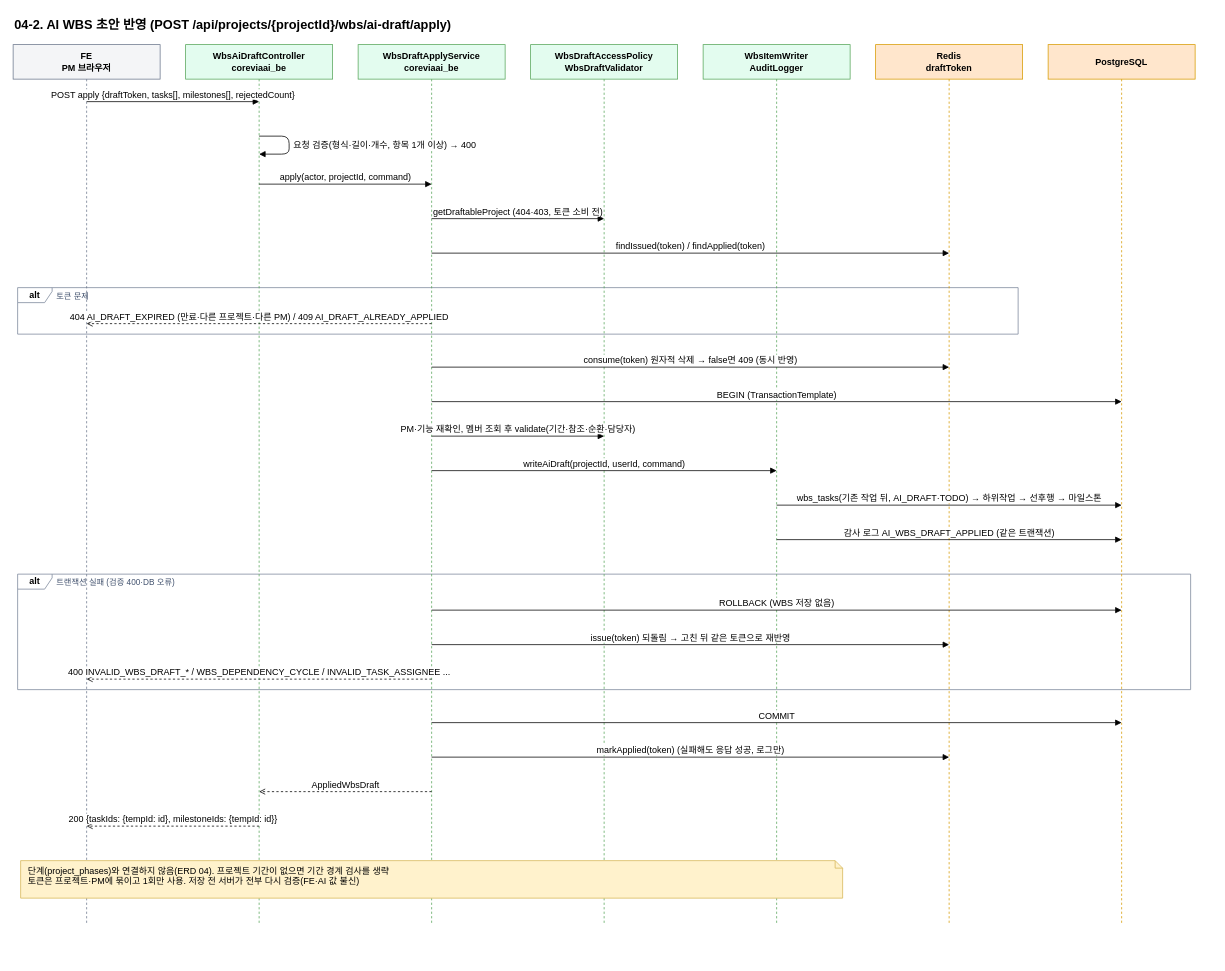
Above: docs/sequence/04-2-wbs-ai-draft-apply.drawio in WonikQnCKDT/CoreviaAI_BE (draw.io), before the change. Source tidied: cells renumbered, new cells numbered last; positions are measured from the earlier drawing's top-left corner, leaving out a move shared by most shapes. Both pictures are drawn from the tidied source at 75%, with x=0, y=0 at pixel (13, 13).
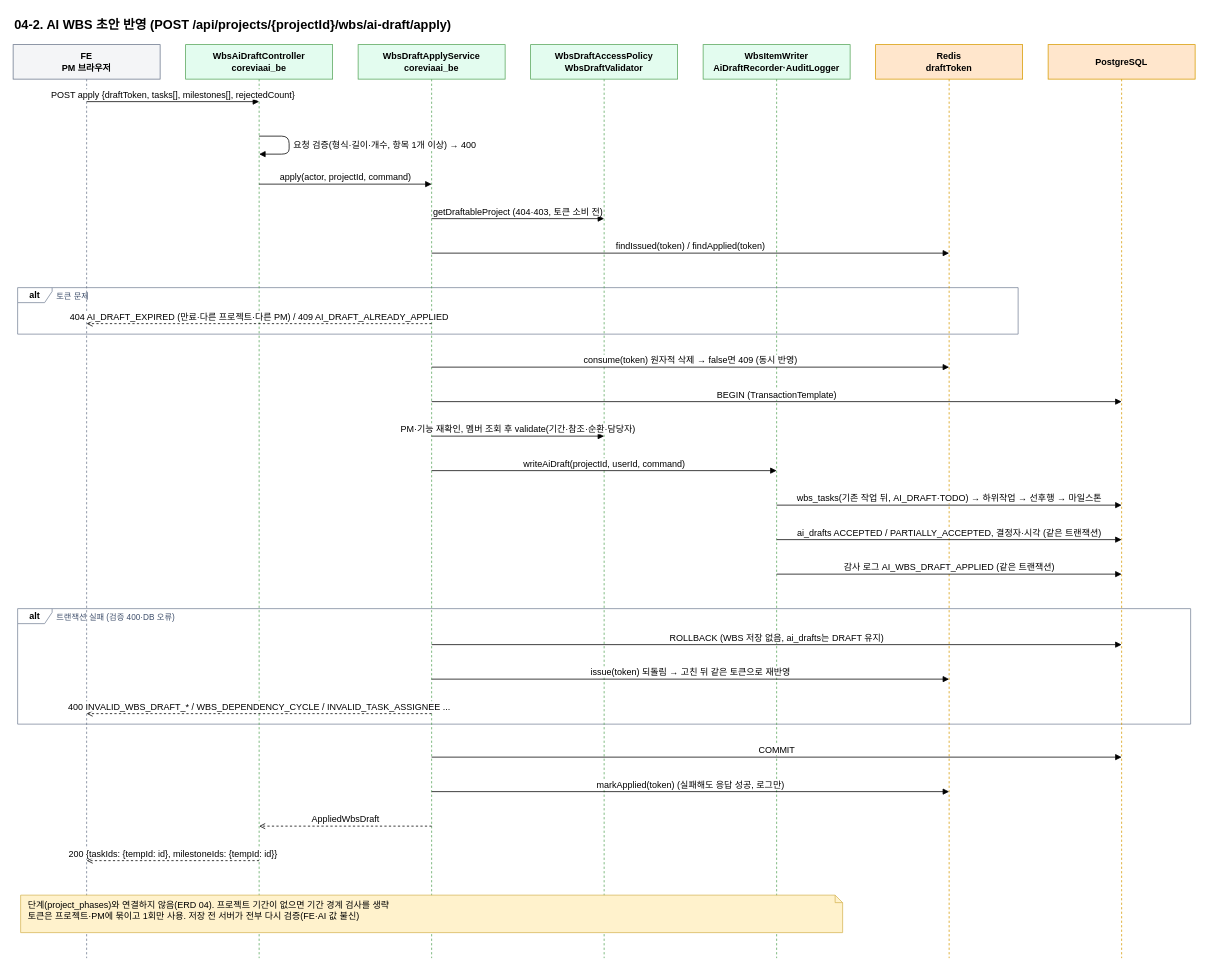
After the change.

Diff of the diagram source:
```diff
@@
     <mxCell id="5" value="alt" style="shape=umlFrame;whiteSpace=wrap;html=1;width=46;height=20;fillColor=none;strokeColor=#7A869A;fontStyle=1;" parent="1" vertex="1">
-      <mxGeometry x="6" y="748" width="1564" height="154" as="geometry" />
+      <mxGeometry x="6" y="794" width="1564" height="154" as="geometry" />
     </mxCell>
     <mxCell id="6" value="트랜잭션 실패 (검증 400·DB 오류)" style="text;html=1;align=left;verticalAlign=middle;fontColor=#42526E;fontSize=11;" parent="1" vertex="1">
-      <mxGeometry x="56" y="749" width="1510" height="20" as="geometry" />
+      <mxGeometry x="56" y="795" width="1510" height="20" as="geometry" />
     </mxCell>
     <mxCell id="7" value="FE&lt;br&gt;PM 브라우저" style="shape=umlLifeline;perimeter=lifelinePerimeter;whiteSpace=wrap;html=1;size=46;fillColor=#F4F5F7;strokeColor=#6B778C;fontStyle=1;" parent="1" vertex="1">
-      <mxGeometry y="42" width="196" height="1172" as="geometry" />
+      <mxGeometry y="42" width="196" height="1218" as="geometry" />
     </mxCell>
     <mxCell id="8" value="WbsAiDraftController&lt;br&gt;coreviaai_be" style="shape=umlLifeline;perimeter=lifelinePerimeter;whiteSpace=wrap;html=1;size=46;fillColor=#E3FCEF;strokeColor=#57A55A;fontStyle=1;" parent="1" vertex="1">
-      <mxGeometry x="230" y="42" width="196" height="1172" as="geometry" />
+      <mxGeometry x="230" y="42" width="196" height="1218" as="geometry" />
     </mxCell>
     <mxCell id="9" value="WbsDraftApplyService&lt;br&gt;coreviaai_be" style="shape=umlLifeline;perimeter=lifelinePerimeter;whiteSpace=wrap;html=1;size=46;fillColor=#E3FCEF;strokeColor=#57A55A;fontStyle=1;" parent="1" vertex="1">
-      <mxGeometry x="460" y="42" width="196" height="1172" as="geometry" />
+      <mxGeometry x="460" y="42" width="196" height="1218" as="geometry" />
     </mxCell>
     <mxCell id="10" value="WbsDraftAccessPolicy&lt;br&gt;WbsDraftValidator" style="shape=umlLifeline;perimeter=lifelinePerimeter;whiteSpace=wrap;html=1;size=46;fillColor=#E3FCEF;strokeColor=#57A55A;fontStyle=1;" parent="1" vertex="1">
-      <mxGeometry x="690" y="42" width="196" height="1172" as="geometry" />
+      <mxGeometry x="690" y="42" width="196" height="1218" as="geometry" />
     </mxCell>
-    <mxCell id="11" value="WbsItemWriter&lt;br&gt;AuditLogger" style="shape=umlLifeline;perimeter=lifelinePerimeter;whiteSpace=wrap;html=1;size=46;fillColor=#E3FCEF;strokeColor=#57A55A;fontStyle=1;" parent="1" vertex="1">
-      <mxGeometry x="920" y="42" width="196" height="1172" as="geometry" />
+    <mxCell id="11" value="WbsItemWriter&lt;br&gt;AiDraftRecorder·AuditLogger" style="shape=umlLifeline;perimeter=lifelinePerimeter;whiteSpace=wrap;html=1;size=46;fillColor=#E3FCEF;strokeColor=#57A55A;fontStyle=1;" parent="1" vertex="1">
+      <mxGeometry x="920" y="42" width="196" height="1218" as="geometry" />
     </mxCell>
     <mxCell id="12" value="Redis&lt;br&gt;draftToken" style="shape=umlLifeline;perimeter=lifelinePerimeter;whiteSpace=wrap;html=1;size=46;fillColor=#FFE6CC;strokeColor=#D79B00;fontStyle=1;" parent="1" vertex="1">
-      <mxGeometry x="1150" y="42" width="196" height="1172" as="geometry" />
+      <mxGeometry x="1150" y="42" width="196" height="1218" as="geometry" />
     </mxCell>
     <mxCell id="13" value="PostgreSQL" style="shape=umlLifeline;perimeter=lifelinePerimeter;whiteSpace=wrap;html=1;size=46;fillColor=#FFE6CC;strokeColor=#D79B00;fontStyle=1;" parent="1" vertex="1">
-      <mxGeometry x="1380" y="42" width="196" height="1172" as="geometry" />
+      <mxGeometry x="1380" y="42" width="196" height="1218" as="geometry" />
     </mxCell>
@@
-    <mxCell id="25" value="감사 로그 AI_WBS_DRAFT_APPLIED (같은 트랜잭션)" style="endArrow=block;endFill=1;html=1;verticalAlign=bottom;fontSize=12;" parent="1" edge="1">
+    <mxCell id="25" value="ai_drafts ACCEPTED / PARTIALLY_ACCEPTED, 결정자·시각 (같은 트랜잭션)" style="endArrow=block;endFill=1;html=1;verticalAlign=bottom;fontSize=12;" parent="1" edge="1">
       <mxGeometry relative="1" as="geometry">
         <mxPoint x="1018" y="702" as="sourcePoint" />
         <mxPoint x="1478" y="702" as="targetPoint" />
       </mxGeometry>
     </mxCell>
-    <mxCell id="26" value="ROLLBACK (WBS 저장 없음)" style="endArrow=block;endFill=1;html=1;verticalAlign=bottom;fontSize=12;" parent="1" edge="1">
+    <mxCell id="26" value="감사 로그 AI_WBS_DRAFT_APPLIED (같은 트랜잭션)" style="endArrow=block;endFill=1;html=1;verticalAlign=bottom;fontSize=12;" parent="1" edge="1">
       <mxGeometry relative="1" as="geometry">
-        <mxPoint x="558" y="796" as="sourcePoint" />
-        <mxPoint x="1478" y="796" as="targetPoint" />
+        <mxPoint x="1018" y="748" as="sourcePoint" />
+        <mxPoint x="1478" y="748" as="targetPoint" />
       </mxGeometry>
     </mxCell>
-    <mxCell id="27" value="issue(token) 되돌림 → 고친 뒤 같은 토큰으로 재반영" style="endArrow=block;endFill=1;html=1;verticalAlign=bottom;fontSize=12;" parent="1" edge="1">
+    <mxCell id="27" value="ROLLBACK (WBS 저장 없음, ai_drafts는 DRAFT 유지)" style="endArrow=block;endFill=1;html=1;verticalAlign=bottom;fontSize=12;" parent="1" edge="1">
       <mxGeometry relative="1" as="geometry">
         <mxPoint x="558" y="842" as="sourcePoint" />
-        <mxPoint x="1248" y="842" as="targetPoint" />
+        <mxPoint x="1478" y="842" as="targetPoint" />
       </mxGeometry>
     </mxCell>
-    <mxCell id="28" value="400 INVALID_WBS_DRAFT_* / WBS_DEPENDENCY_CYCLE / INVALID_TASK_ASSIGNEE ..." style="dashed=1;endArrow=open;endFill=0;html=1;verticalAlign=bottom;fontSize=12;" parent="1" edge="1">
+    <mxCell id="28" value="issue(token) 되돌림 → 고친 뒤 같은 토큰으로 재반영" style="endArrow=block;endFill=1;html=1;verticalAlign=bottom;fontSize=12;" parent="1" edge="1">
       <mxGeometry relative="1" as="geometry">
         <mxPoint x="558" y="888" as="sourcePoint" />
-        <mxPoint x="98" y="888" as="targetPoint" />
+        <mxPoint x="1248" y="888" as="targetPoint" />
       </mxGeometry>
     </mxCell>
-    <mxCell id="29" value="COMMIT" style="endArrow=block;endFill=1;html=1;verticalAlign=bottom;fontSize=12;" parent="1" edge="1">
+    <mxCell id="29" value="400 INVALID_WBS_DRAFT_* / WBS_DEPENDENCY_CYCLE / INVALID_TASK_ASSIGNEE ..." style="dashed=1;endArrow=open;endFill=0;html=1;verticalAlign=bottom;fontSize=12;" parent="1" edge="1">
       <mxGeometry relative="1" as="geometry">
-        <mxPoint x="558" y="946" as="sourcePoint" />
-        <mxPoint x="1478" y="946" as="targetPoint" />
+        <mxPoint x="558" y="934" as="sourcePoint" />
+        <mxPoint x="98" y="934" as="targetPoint" />
       </mxGeometry>
     </mxCell>
-    <mxCell id="30" value="markApplied(token) (실패해도 응답 성공, 로그만)" style="endArrow=block;endFill=1;html=1;verticalAlign=bottom;fontSize=12;" parent="1" edge="1">
+    <mxCell id="30" value="COMMIT" style="endArrow=block;endFill=1;html=1;verticalAlign=bottom;fontSize=12;" parent="1" edge="1">
       <mxGeometry relative="1" as="geometry">
         <mxPoint x="558" y="992" as="sourcePoint" />
-        <mxPoint x="1248" y="992" as="targetPoint" />
+        <mxPoint x="1478" y="992" as="targetPoint" />
       </mxGeometry>
     </mxCell>
-    <mxCell id="31" value="AppliedWbsDraft" style="dashed=1;endArrow=open;endFill=0;html=1;verticalAlign=bottom;fontSize=12;" parent="1" edge="1">
+    <mxCell id="31" value="markApplied(token) (실패해도 응답 성공, 로그만)" style="endArrow=block;endFill=1;html=1;verticalAlign=bottom;fontSize=12;" parent="1" edge="1">
       <mxGeometry relative="1" as="geometry">
         <mxPoint x="558" y="1038" as="sourcePoint" />
-        <mxPoint x="328" y="1038" as="targetPoint" />
+        <mxPoint x="1248" y="1038" as="targetPoint" />
       </mxGeometry>
     </mxCell>
-    <mxCell id="32" value="200 {taskIds: {tempId: id}, milestoneIds: {tempId: id}}" style="dashed=1;endArrow=open;endFill=0;html=1;verticalAlign=bottom;fontSize=12;" parent="1" edge="1">
+    <mxCell id="32" value="AppliedWbsDraft" style="dashed=1;endArrow=open;endFill=0;html=1;verticalAlign=bottom;fontSize=12;" parent="1" edge="1">
       <mxGeometry relative="1" as="geometry">
-        <mxPoint x="328" y="1084" as="sourcePoint" />
-        <mxPoint x="98" y="1084" as="targetPoint" />
+        <mxPoint x="558" y="1084" as="sourcePoint" />
+        <mxPoint x="328" y="1084" as="targetPoint" />
       </mxGeometry>
     </mxCell>
-    <mxCell id="33" value="단계(project_phases)와 연결하지 않음(ERD 04). 프로젝트 기간이 없으면 기간 경계 검사를 생략&lt;br&gt;토큰은 프로젝트·PM에 묶이고 1회만 사용. 저장 전 서버가 전부 다시 검증(FE·AI 값 불신)" style="shape=note;size=10;whiteSpace=wrap;html=1;fillColor=#FFF2CC;strokeColor=#D6B656;align=left;spacingLeft=8;verticalAlign=top;fontSize=12;" parent="1" vertex="1">
-      <mxGeometry x="10" y="1130" width="1096" height="50" as="geometry" />
+    <mxCell id="33" value="200 {taskIds: {tempId: id}, milestoneIds: {tempId: id}}" style="dashed=1;endArrow=open;endFill=0;html=1;verticalAlign=bottom;fontSize=12;" parent="1" edge="1">
+      <mxGeometry relative="1" as="geometry">
+        <mxPoint x="328" y="1130" as="sourcePoint" />
+        <mxPoint x="98" y="1130" as="targetPoint" />
+      </mxGeometry>
     </mxCell>
+    <mxCell id="34" value="단계(project_phases)와 연결하지 않음(ERD 04). 프로젝트 기간이 없으면 기간 경계 검사를 생략&lt;br&gt;토큰은 프로젝트·PM에 묶이고 1회만 사용. 저장 전 서버가 전부 다시 검증(FE·AI 값 불신)" style="shape=note;size=10;whiteSpace=wrap;html=1;fillColor=#FFF2CC;strokeColor=#D6B656;align=left;spacingLeft=8;verticalAlign=top;fontSize=12;" parent="1" vertex="1">
+      <mxGeometry x="10" y="1176" width="1096" height="50" as="geometry" />
+    </mxCell>
```
